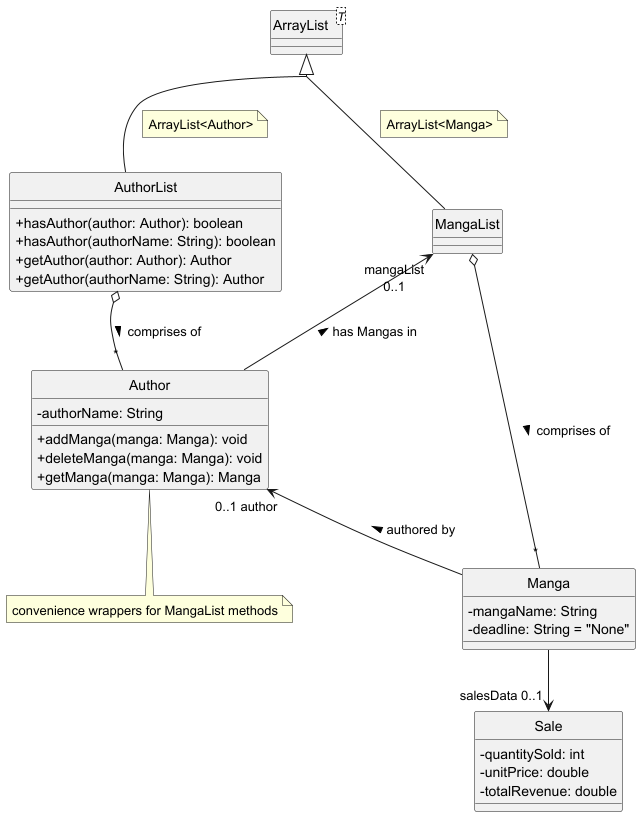
The PlantUML diagram docs/uml/puml/AuthorListClass/AuthorListClass.png in xenthm/tp, before a commit.
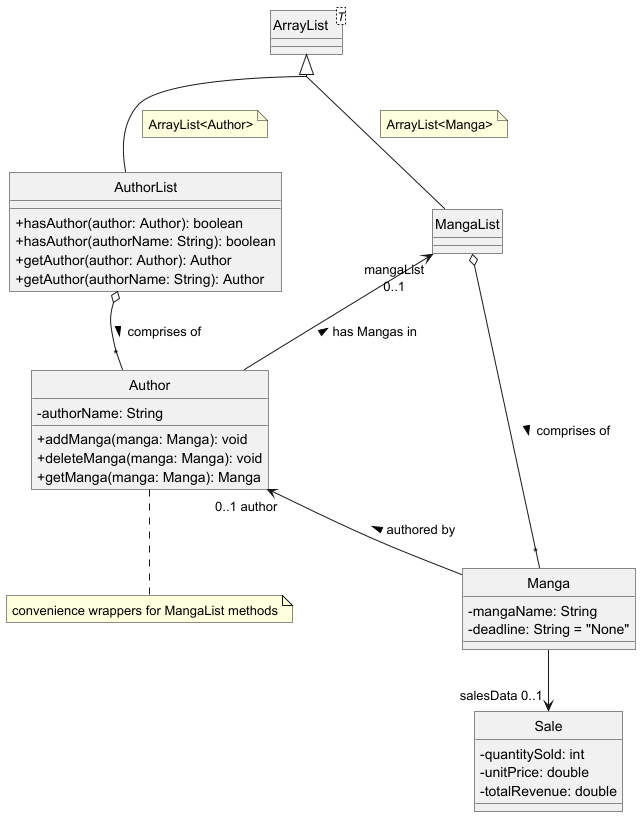
After the commit.

Diff of the diagram source:
```diff
@@ -1,5 +1,5 @@
 @startuml
-!include .PlantUMLClass.config
+!include ../.PlantUMLClass.config
 
 skinparam nodesep 150
 
```
